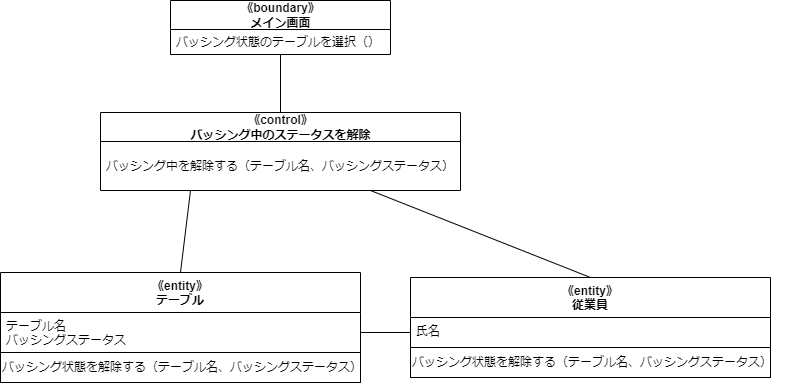
Above: psp4/分析モデルのクラス図/分析モデルクラス図_バッシング.drawio.png in MasakiHiguchi/--- (draw.io), before the change. Source tidied: cells renumbered, new cells last; positions are measured from the earlier drawing's top-left corner, leaving out a move shared by most shapes. The source it was exported from:
```xml
<mxGraphModel>
  <root>
    <mxCell id="0" />
    <mxCell id="1" parent="0" />
    <mxCell id="2" value="《boundary》&lt;br&gt;メイン画面" style="swimlane;fontStyle=1;align=center;verticalAlign=middle;horizontal=1;startSize=29;html=1;" parent="1" vertex="1">
      <mxGeometry x="170" width="220" height="54" as="geometry" />
    </mxCell>
    <mxCell id="3" value="バッシング状態のテーブルを選択（）" style="text;html=1;strokeColor=none;fillColor=none;align=left;verticalAlign=middle;spacingLeft=4;spacingRight=4;overflow=hidden;" parent="2" vertex="1">
      <mxGeometry y="29" width="220" height="25" as="geometry" />
    </mxCell>
    <mxCell id="4" style="edgeStyle=none;html=1;exitX=0.5;exitY=0;exitDx=0;exitDy=0;entryX=0.5;entryY=1;entryDx=0;entryDy=0;endArrow=none;endFill=0;" parent="1" edge="1" source="5" target="2">
      <mxGeometry relative="1" as="geometry" />
    </mxCell>
    <mxCell id="5" value="《control》&lt;br&gt;バッシング中のステータスを解除" style="swimlane;fontStyle=1;align=center;verticalAlign=middle;horizontal=1;startSize=29;html=1;" parent="1" vertex="1">
      <mxGeometry x="100" y="112" width="360" height="78" as="geometry" />
    </mxCell>
    <mxCell id="6" value="バッシング中を解除する（テーブル名、バッシングステータス）" style="text;html=1;strokeColor=none;fillColor=none;align=left;verticalAlign=middle;spacingLeft=4;spacingRight=4;overflow=hidden;" parent="5" vertex="1">
      <mxGeometry y="29" width="360" height="49" as="geometry" />
    </mxCell>
    <mxCell id="7" style="edgeStyle=none;html=1;exitX=0.5;exitY=0;exitDx=0;exitDy=0;entryX=0.25;entryY=1;entryDx=0;entryDy=0;endArrow=none;endFill=0;" parent="1" edge="1" source="8" target="5">
      <mxGeometry relative="1" as="geometry" />
    </mxCell>
    <mxCell id="8" value="《entity》&#10;テーブル" style="swimlane;fontStyle=1;align=center;verticalAlign=top;horizontal=1;startSize=40;" parent="1" vertex="1">
      <mxGeometry y="272" width="360" height="110" as="geometry" />
    </mxCell>
    <mxCell id="9" value="テーブル名&#10;バッシングステータス" style="text;strokeColor=none;fillColor=none;align=left;verticalAlign=top;spacingLeft=4;spacingRight=4;overflow=hidden;points=[[0,0.5],[1,0.5]];portConstraint=eastwest;" parent="8" vertex="1">
      <mxGeometry y="40" width="360" height="40" as="geometry" />
    </mxCell>
    <mxCell id="10" style="swimlane;startSize=0;" parent="8" vertex="1">
      <mxGeometry y="80" width="360" height="30" as="geometry" />
    </mxCell>
    <mxCell id="11" value="バッシング状態を解除する（テーブル名、バッシングステータス）" style="text;html=1;align=left;verticalAlign=middle;strokeColor=none;fillColor=none;" parent="10" vertex="1">
      <mxGeometry width="380" height="30" as="geometry" />
    </mxCell>
    <mxCell id="12" style="edgeStyle=none;html=1;exitX=0.5;exitY=0;exitDx=0;exitDy=0;entryX=0.75;entryY=1;entryDx=0;entryDy=0;endArrow=none;endFill=0;" parent="1" edge="1" source="13" target="5">
      <mxGeometry relative="1" as="geometry" />
    </mxCell>
    <mxCell id="13" value="《entity》&#10;従業員" style="swimlane;fontStyle=1;align=center;verticalAlign=top;horizontal=1;startSize=40;" parent="1" vertex="1">
      <mxGeometry x="410" y="277" width="360" height="100" as="geometry" />
    </mxCell>
    <mxCell id="14" value="氏名" style="text;strokeColor=none;fillColor=none;align=left;verticalAlign=top;spacingLeft=4;spacingRight=4;overflow=hidden;points=[[0,0.5],[1,0.5]];portConstraint=eastwest;" parent="13" vertex="1">
      <mxGeometry y="40" width="360" height="30" as="geometry" />
    </mxCell>
    <mxCell id="15" style="swimlane;startSize=0;" parent="13" vertex="1">
      <mxGeometry y="70" width="360" height="30" as="geometry" />
    </mxCell>
    <mxCell id="16" value="バッシング状態を解除する（テーブル名、バッシングステータス）" style="text;html=1;align=left;verticalAlign=middle;strokeColor=none;fillColor=none;" parent="15" vertex="1">
      <mxGeometry width="380" height="30" as="geometry" />
    </mxCell>
    <mxCell id="17" style="edgeStyle=none;html=1;exitX=1;exitY=0.5;exitDx=0;exitDy=0;entryX=0;entryY=0.5;entryDx=0;entryDy=0;endArrow=none;endFill=0;" parent="1" edge="1" source="9" target="14">
      <mxGeometry relative="1" as="geometry" />
    </mxCell>
  </root>
</mxGraphModel>
```
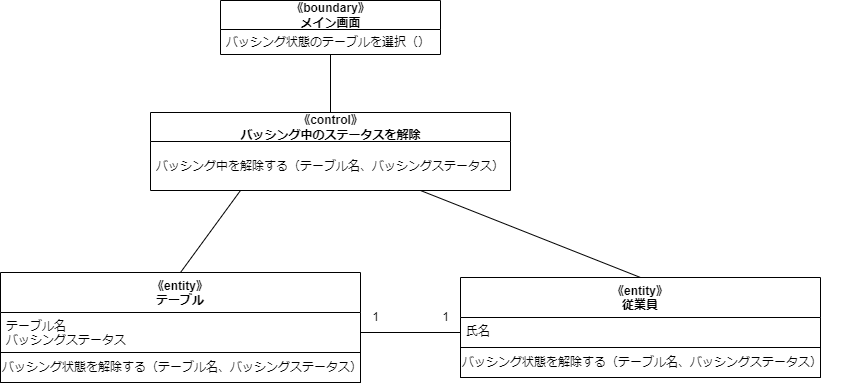
The same file after the commit.

The edit, as a diff of the source:
```diff
@@ -21,7 +21,7 @@
       <mxGeometry relative="1" as="geometry" />
     </mxCell>
     <mxCell id="8" value="《entity》&#10;テーブル" style="swimlane;fontStyle=1;align=center;verticalAlign=top;horizontal=1;startSize=40;" parent="1" vertex="1">
-      <mxGeometry y="272" width="360" height="110" as="geometry" />
+      <mxGeometry x="-50" y="272" width="360" height="110" as="geometry" />
     </mxCell>
     <mxCell id="9" value="テーブル名&#10;バッシングステータス" style="text;strokeColor=none;fillColor=none;align=left;verticalAlign=top;spacingLeft=4;spacingRight=4;overflow=hidden;points=[[0,0.5],[1,0.5]];portConstraint=eastwest;" parent="8" vertex="1">
       <mxGeometry y="40" width="360" height="40" as="geometry" />
@@ -50,5 +50,11 @@
     <mxCell id="17" style="edgeStyle=none;html=1;exitX=1;exitY=0.5;exitDx=0;exitDy=0;entryX=0;entryY=0.5;entryDx=0;entryDy=0;endArrow=none;endFill=0;" parent="1" edge="1" source="9" target="14">
       <mxGeometry relative="1" as="geometry" />
     </mxCell>
+    <mxCell id="18" value="1" style="text;html=1;align=center;verticalAlign=middle;strokeColor=none;fillColor=none;" parent="1" vertex="1">
+      <mxGeometry x="380" y="302" width="30" height="30" as="geometry" />
+    </mxCell>
+    <mxCell id="19" value="1" style="text;html=1;align=center;verticalAlign=middle;strokeColor=none;fillColor=none;" parent="1" vertex="1">
+      <mxGeometry x="310" y="302" width="30" height="30" as="geometry" />
+    </mxCell>
   </root>
 </mxGraphModel>
```
